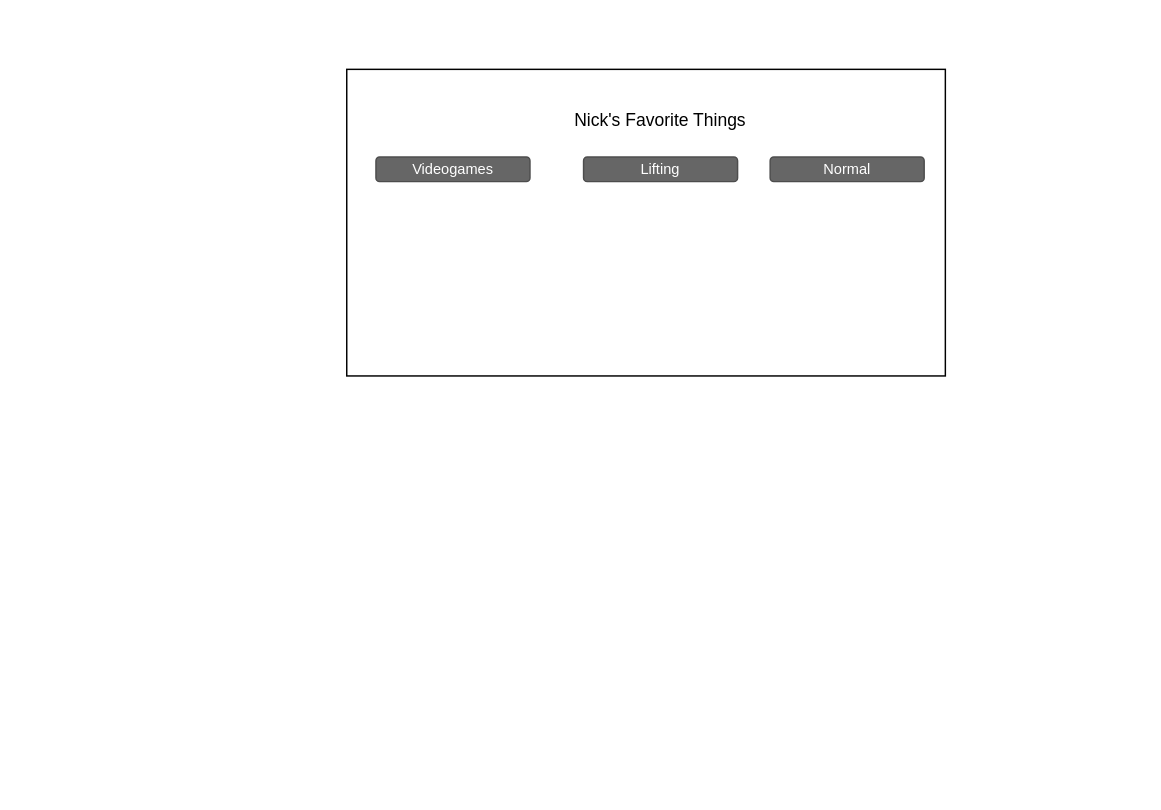
This is intro.drawio from nstedman123/web105, a draw.io file, before an edit. Source tidied: cells renumbered, new cells numbered last; positions are measured from the earlier drawing's top-left corner, leaving out a move shared by most shapes. Both pictures are drawn from the tidied source at 146%, with x=0, y=0 at pixel (346, 69).
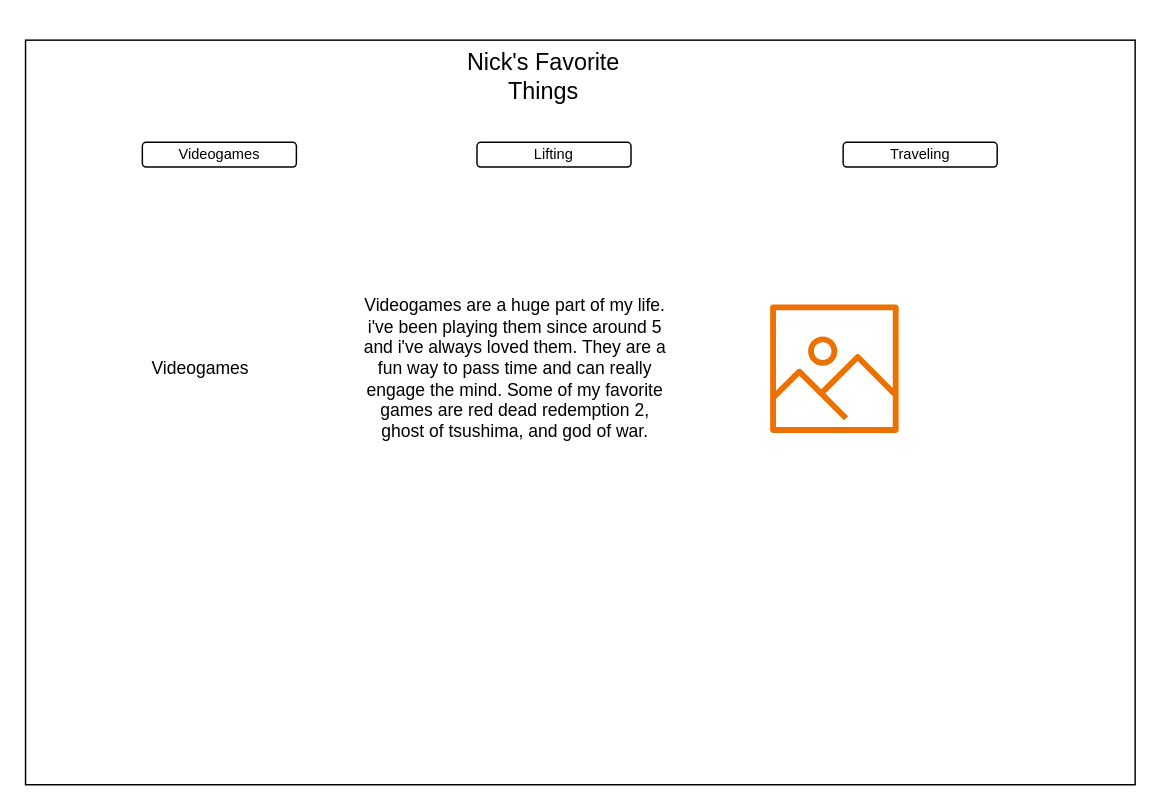
The same page after the edit.

What changed in the source:
```diff
@@
 <mxGraphModel>
   <root>
     <mxCell id="0" />
     <mxCell id="1" parent="0" />
-    <mxCell id="2" style="rounded=0;whiteSpace=wrap;html=1;" parent="1" vertex="1">
-      <mxGeometry width="410" height="210" as="geometry" />
-    </mxCell>
+    <mxCell id="7" style="rounded=0;whiteSpace=wrap;html=1;" parent="1" vertex="1">
+      <mxGeometry x="-220" y="-20" width="760" height="510" as="geometry" />
+    </mxCell>
-    <mxCell id="3" value="Nick's Favorite Things" style="text;html=1;strokeColor=none;fillColor=none;align=center;verticalAlign=middle;whiteSpace=wrap;rounded=0;" parent="1" vertex="1">
-      <mxGeometry x="150" y="20" width="130" height="30" as="geometry" />
+    <mxCell id="3" value="&lt;font style=&quot;font-size: 16px;&quot;&gt;Nick's Favorite Things&lt;/font&gt;" style="text;html=1;strokeColor=none;fillColor=none;align=center;verticalAlign=middle;whiteSpace=wrap;rounded=0;labelBackgroundColor=none;" parent="1" vertex="1">
+      <mxGeometry x="70" y="-30" width="130" height="70" as="geometry" />
     </mxCell>
-    <mxCell id="4" value="Videogames" style="rounded=1;html=1;shadow=0;dashed=0;whiteSpace=wrap;fontSize=10;fillColor=#666666;align=center;strokeColor=#4D4D4D;fontColor=#ffffff;" parent="1" vertex="1">
-      <mxGeometry x="20" y="60" width="105.5" height="16.9" as="geometry" />
-    </mxCell>
+    <mxCell id="6" value="Traveling" style="rounded=1;html=1;shadow=0;dashed=0;whiteSpace=wrap;fontSize=10;align=center;labelBackgroundColor=none;" parent="1" vertex="1">
+      <mxGeometry x="340" y="50" width="105.5" height="16.9" as="geometry" />
+    </mxCell>
+    <mxCell id="8" value="Videogames" style="rounded=1;html=1;shadow=0;dashed=0;whiteSpace=wrap;fontSize=10;align=center;labelBackgroundColor=none;" parent="1" vertex="1">
+      <mxGeometry x="-140" y="50" width="105.5" height="16.9" as="geometry" />
+    </mxCell>
-    <mxCell id="5" value="Lifting" style="rounded=1;html=1;shadow=0;dashed=0;whiteSpace=wrap;fontSize=10;fillColor=#666666;align=center;strokeColor=#4D4D4D;fontColor=#ffffff;" parent="1" vertex="1">
-      <mxGeometry x="162.2" y="60" width="105.5" height="16.9" as="geometry" />
+    <mxCell id="5" value="Lifting" style="rounded=1;html=1;shadow=0;dashed=0;whiteSpace=wrap;fontSize=10;align=center;labelBackgroundColor=none;" parent="1" vertex="1">
+      <mxGeometry x="89.2" y="50" width="105.5" height="16.9" as="geometry" />
     </mxCell>
-    <mxCell id="6" value="Normal" style="rounded=1;html=1;shadow=0;dashed=0;whiteSpace=wrap;fontSize=10;fillColor=#666666;align=center;strokeColor=#4D4D4D;fontColor=#ffffff;" parent="1" vertex="1">
-      <mxGeometry x="290" y="60" width="105.5" height="16.9" as="geometry" />
-    </mxCell>
+    <mxCell id="9" value="Videogames" style="text;html=1;strokeColor=none;fillColor=none;align=center;verticalAlign=middle;whiteSpace=wrap;rounded=0;" parent="1" vertex="1">
+      <mxGeometry x="-130" y="190" width="60" height="30" as="geometry" />
+    </mxCell>
+    <mxCell id="10" value="Videogames are a huge part of my life. i've been playing them since around 5 and i've always loved them. They are a fun way to pass time and can really engage the mind. Some of my favorite games are red dead redemption 2, ghost of tsushima, and god of war." style="text;html=1;strokeColor=none;fillColor=none;align=center;verticalAlign=middle;whiteSpace=wrap;rounded=0;" parent="1" vertex="1">
+      <mxGeometry x="10" y="155" width="210.8" height="100" as="geometry" />
+    </mxCell>
+    <mxCell id="11" style="sketch=0;fontColor=#232F3E;gradientColor=none;fillColor=#ED7100;strokeColor=none;dashed=0;verticalLabelPosition=bottom;verticalAlign=top;align=center;html=1;fontSize=12;fontStyle=0;shape=mxgraph.aws4.container_registry_image;" parent="1" vertex="1">
+      <mxGeometry x="290" y="161" width="88" height="88" as="geometry" />
+    </mxCell>
   </root>
 </mxGraphModel>
```
